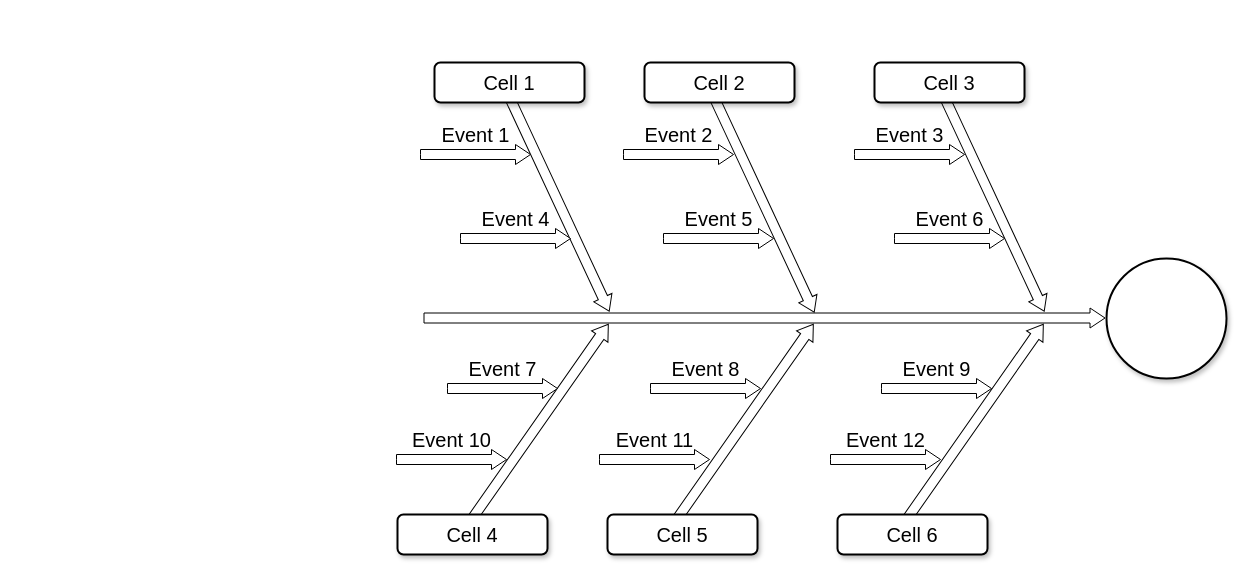
syndrael/smoby keeps this draw.io diagram as POC_MEE-Conseiller.drawio. Above is the earlier version. Source tidied: cells renumbered, new cells numbered last; positions are measured from the earlier drawing's top-left corner, leaving out a move shared by most shapes. Both pictures are drawn from the tidied source at 100%, with x=0, y=0 at pixel (397, -23).
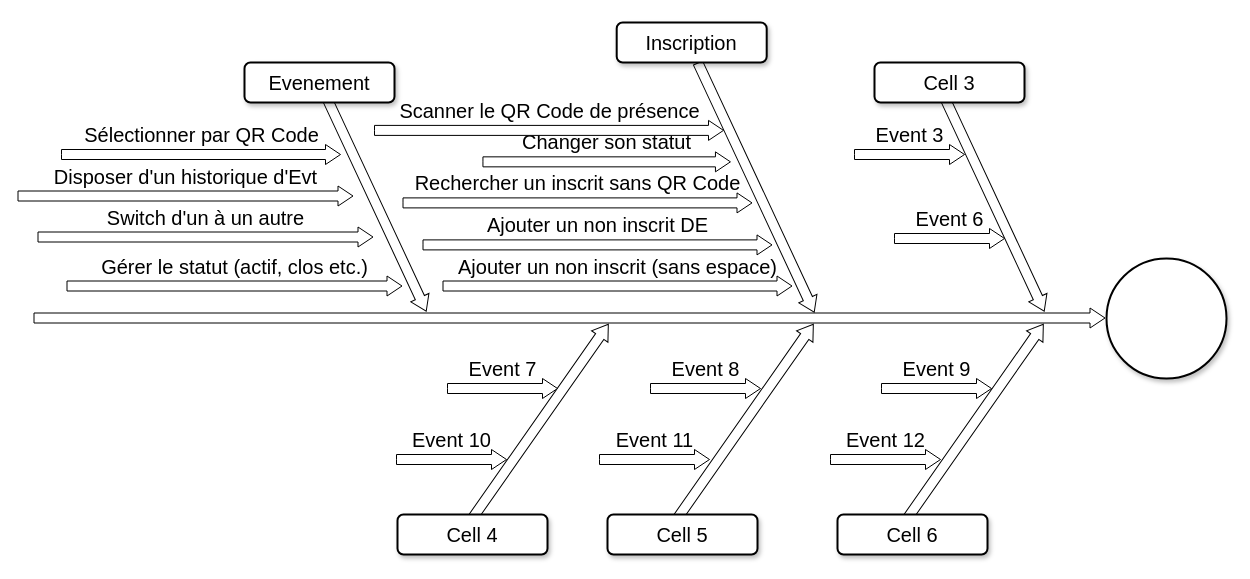
The same page after the edit.

Commit message:
Mettre à jour POC_MEE-Conseiller.drawio

Diff of the diagram source:
```diff
@@
     <mxCell id="5" style="html=1;shadow=0;dashed=0;align=center;verticalAlign=middle;shape=mxgraph.arrows2.arrow;dy=0.5;dx=15;direction=north;notch=0;rounded=0;strokeWidth=1;fontSize=20;rotation=90;" parent="1" vertex="1">
-      <mxGeometry x="357" width="20" height="681" as="geometry" />
+      <mxGeometry x="162" y="-195" width="20" height="1071" as="geometry" />
     </mxCell>
     <mxCell id="6" style="html=1;shadow=0;dashed=0;align=center;verticalAlign=middle;shape=mxgraph.arrows2.arrow;dy=0.5;dx=15;direction=north;notch=0;rounded=0;strokeWidth=1;fontSize=20;rotation=155;" parent="1" vertex="1">
-      <mxGeometry x="151" y="105" width="20" height="240" as="geometry" />
+      <mxGeometry x="-32" y="105" width="20" height="240" as="geometry" />
     </mxCell>
     <mxCell id="7" style="html=1;shadow=0;dashed=0;align=center;verticalAlign=middle;shape=mxgraph.arrows2.arrow;dy=0.5;dx=15;direction=north;notch=0;rounded=0;strokeWidth=1;fontSize=20;rotation=155;" parent="1" vertex="1">
-      <mxGeometry x="356" y="106" width="20" height="240" as="geometry" />
+      <mxGeometry x="348.6" y="72.6" width="20" height="275" as="geometry" />
     </mxCell>
@@
-    <mxCell id="9" value="Cell 1" style="rounded=1;whiteSpace=wrap;html=1;shadow=1;strokeWidth=2;fontSize=20;" parent="1" vertex="1">
-      <mxGeometry x="37" y="85" width="150" height="40" as="geometry" />
+    <mxCell id="9" value="Evenement" style="rounded=1;whiteSpace=wrap;html=1;shadow=1;strokeWidth=2;fontSize=20;" parent="1" vertex="1">
+      <mxGeometry x="-153" y="85" width="150" height="40" as="geometry" />
     </mxCell>
-    <mxCell id="10" value="Cell 2" style="rounded=1;whiteSpace=wrap;html=1;shadow=1;strokeWidth=2;fontSize=20;" parent="1" vertex="1">
-      <mxGeometry x="247" y="85" width="150" height="40" as="geometry" />
+    <mxCell id="10" value="Inscription" style="rounded=1;whiteSpace=wrap;html=1;shadow=1;strokeWidth=2;fontSize=20;" parent="1" vertex="1">
+      <mxGeometry x="219.2" y="45" width="150" height="40" as="geometry" />
     </mxCell>
@@
-    <mxCell id="16" value="Event 1" style="html=1;shadow=0;dashed=0;align=center;verticalAlign=middle;shape=mxgraph.arrows2.arrow;dy=0.5;dx=15;direction=north;notch=0;rounded=0;strokeWidth=1;fontSize=20;rotation=90;horizontal=0;labelPosition=left;verticalLabelPosition=middle;" parent="1" vertex="1">
-      <mxGeometry x="68" y="122" width="20" height="110" as="geometry" />
+    <mxCell id="16" value="Sélectionner par QR Code" style="html=1;shadow=0;dashed=0;align=center;verticalAlign=middle;shape=mxgraph.arrows2.arrow;dy=0.5;dx=15;direction=north;notch=0;rounded=0;strokeWidth=1;fontSize=20;rotation=90;horizontal=0;labelPosition=left;verticalLabelPosition=middle;" parent="1" vertex="1">
+      <mxGeometry x="-206.5" y="37.5" width="20" height="279" as="geometry" />
     </mxCell>
-    <mxCell id="17" value="Event 2" style="html=1;shadow=0;dashed=0;align=center;verticalAlign=middle;shape=mxgraph.arrows2.arrow;dy=0.5;dx=15;direction=north;notch=0;rounded=0;strokeWidth=1;fontSize=20;rotation=90;horizontal=0;labelPosition=left;verticalLabelPosition=middle;" parent="1" vertex="1">
-      <mxGeometry x="271" y="122" width="20" height="110" as="geometry" />
+    <mxCell id="17" value="Rechercher un inscrit sans QR Code" style="html=1;shadow=0;dashed=0;align=center;verticalAlign=middle;shape=mxgraph.arrows2.arrow;dy=0.5;dx=15;direction=north;notch=0;rounded=0;strokeWidth=1;fontSize=20;rotation=90;horizontal=0;labelPosition=left;verticalLabelPosition=middle;" parent="1" vertex="1">
+      <mxGeometry x="170" y="50.9" width="20" height="349" as="geometry" />
     </mxCell>
@@
-    <mxCell id="22" value="Event 4" style="html=1;shadow=0;dashed=0;align=center;verticalAlign=middle;shape=mxgraph.arrows2.arrow;dy=0.5;dx=15;direction=north;notch=0;rounded=0;strokeWidth=1;fontSize=20;rotation=90;horizontal=0;labelPosition=left;verticalLabelPosition=middle;" parent="1" vertex="1">
-      <mxGeometry x="108" y="206" width="20" height="110" as="geometry" />
+    <mxCell id="22" value="Gérer le statut (actif, clos etc.)" style="html=1;shadow=0;dashed=0;align=center;verticalAlign=middle;shape=mxgraph.arrows2.arrow;dy=0.5;dx=15;direction=north;notch=0;rounded=0;strokeWidth=1;fontSize=20;rotation=90;horizontal=0;labelPosition=left;verticalLabelPosition=middle;" parent="1" vertex="1">
+      <mxGeometry x="-173" y="141" width="20" height="335" as="geometry" />
     </mxCell>
-    <mxCell id="23" value="Event 5" style="html=1;shadow=0;dashed=0;align=center;verticalAlign=middle;shape=mxgraph.arrows2.arrow;dy=0.5;dx=15;direction=north;notch=0;rounded=0;strokeWidth=1;fontSize=20;rotation=90;horizontal=0;labelPosition=left;verticalLabelPosition=middle;" parent="1" vertex="1">
-      <mxGeometry x="311" y="206" width="20" height="110" as="geometry" />
+    <mxCell id="23" value="Changer son statut" style="html=1;shadow=0;dashed=0;align=center;verticalAlign=middle;shape=mxgraph.arrows2.arrow;dy=0.5;dx=15;direction=north;notch=0;rounded=0;strokeWidth=1;fontSize=20;rotation=90;horizontal=0;labelPosition=left;verticalLabelPosition=middle;" parent="1" vertex="1">
+      <mxGeometry x="199.2" y="60.6" width="20" height="247.5" as="geometry" />
     </mxCell>
@@
+    <mxCell id="28" value="Switch d'un à un autre" style="html=1;shadow=0;dashed=0;align=center;verticalAlign=middle;shape=mxgraph.arrows2.arrow;dy=0.5;dx=15;direction=north;notch=0;rounded=0;strokeWidth=1;fontSize=20;rotation=90;horizontal=0;labelPosition=left;verticalLabelPosition=middle;" parent="1" vertex="1">
+      <mxGeometry x="-202" y="92" width="20" height="335" as="geometry" />
+    </mxCell>
+    <mxCell id="29" value="Disposer d'un historique d'Evt" style="html=1;shadow=0;dashed=0;align=center;verticalAlign=middle;shape=mxgraph.arrows2.arrow;dy=0.5;dx=15;direction=north;notch=0;rounded=0;strokeWidth=1;fontSize=20;rotation=90;horizontal=0;labelPosition=left;verticalLabelPosition=middle;" parent="1" vertex="1">
+      <mxGeometry x="-222" y="51" width="20" height="335" as="geometry" />
+    </mxCell>
+    <mxCell id="30" value="Scanner le QR Code de présence" style="html=1;shadow=0;dashed=0;align=center;verticalAlign=middle;shape=mxgraph.arrows2.arrow;dy=0.5;dx=15;direction=north;notch=0;rounded=0;strokeWidth=1;fontSize=20;rotation=90;horizontal=0;labelPosition=left;verticalLabelPosition=middle;" parent="1" vertex="1">
+      <mxGeometry x="141.5" y="-21.6" width="20" height="349" as="geometry" />
+    </mxCell>
+    <mxCell id="31" value="Ajouter un non inscrit DE" style="html=1;shadow=0;dashed=0;align=center;verticalAlign=middle;shape=mxgraph.arrows2.arrow;dy=0.5;dx=15;direction=north;notch=0;rounded=0;strokeWidth=1;fontSize=20;rotation=90;horizontal=0;labelPosition=left;verticalLabelPosition=middle;" parent="1" vertex="1">
+      <mxGeometry x="190" y="92.9" width="20" height="349" as="geometry" />
+    </mxCell>
+    <mxCell id="32" value="Ajouter un non inscrit (sans espace)" style="html=1;shadow=0;dashed=0;align=center;verticalAlign=middle;shape=mxgraph.arrows2.arrow;dy=0.5;dx=15;direction=north;notch=0;rounded=0;strokeWidth=1;fontSize=20;rotation=90;horizontal=0;labelPosition=left;verticalLabelPosition=middle;" parent="1" vertex="1">
+      <mxGeometry x="210" y="134" width="20" height="349" as="geometry" />
+    </mxCell>
```
